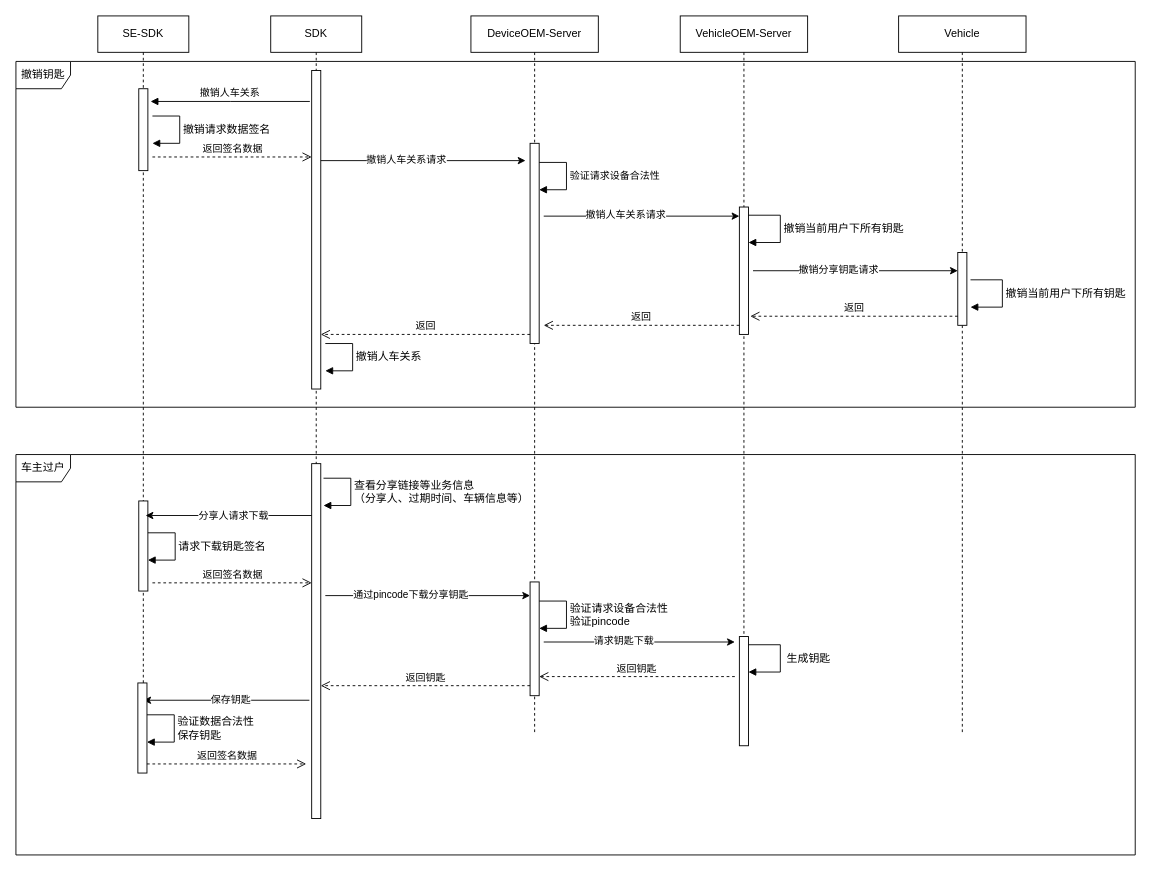
Before: 撤销钥匙.drawio in jianguocong/chart, a draw.io diagram. Source tidied: cells renumbered, new cells numbered last; positions are measured from the earlier drawing's top-left corner, leaving out a move shared by most shapes. Both pictures are drawn from the tidied source at 91%, with x=0, y=0 at pixel (15, 15).
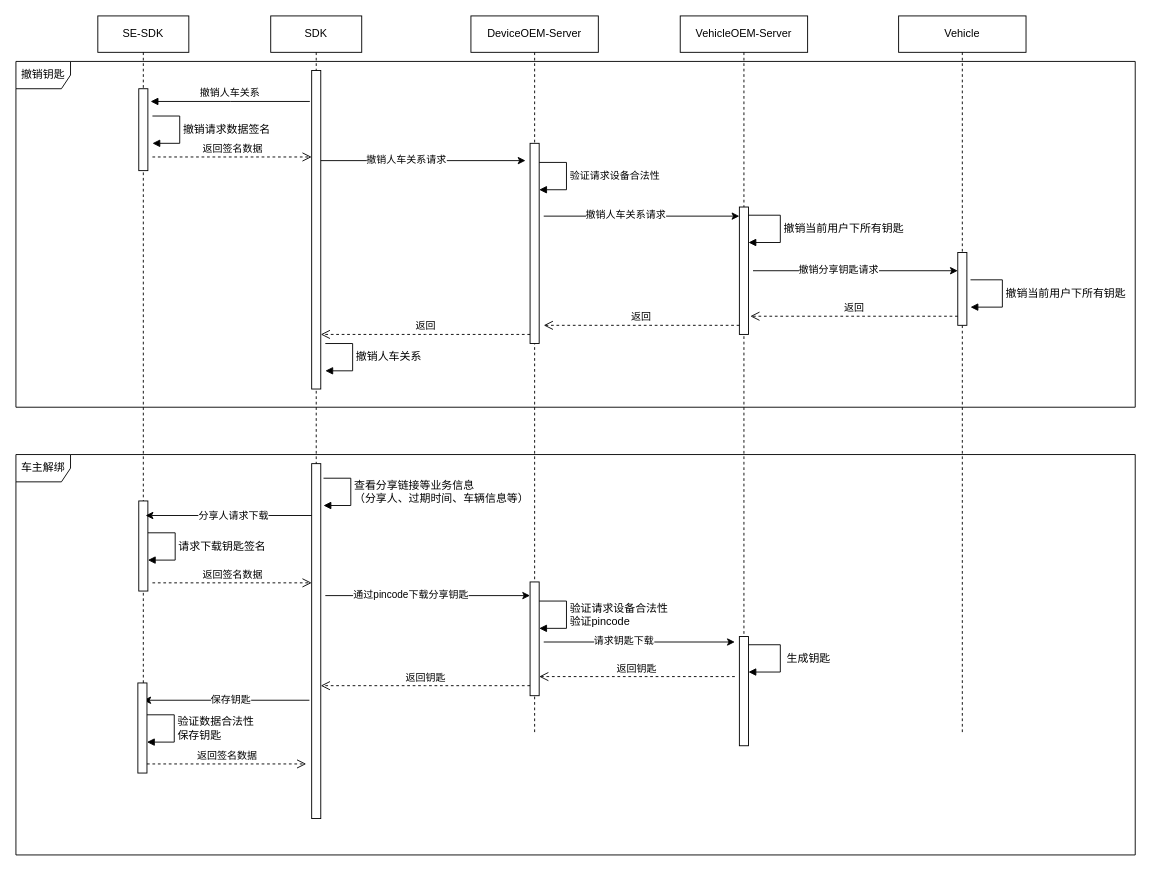
Above is the later version.

Commit message (it also covers changes not shown here):
更新撤销钥匙.drawio

Change to the diagram source:
```diff
@@
-    <mxCell id="37" value="车主过户" style="shape=umlFrame;whiteSpace=wrap;html=1;sketch=0;strokeColor=default;align=center;verticalAlign=middle;fontFamily=Helvetica;fontSize=12;fontColor=default;fillColor=default;" parent="1" vertex="1">
+    <mxCell id="37" value="车主解绑" style="shape=umlFrame;whiteSpace=wrap;html=1;sketch=0;strokeColor=default;align=center;verticalAlign=middle;fontFamily=Helvetica;fontSize=12;fontColor=default;fillColor=default;" parent="1" vertex="1">
       <mxGeometry y="482" width="1230" height="440" as="geometry" />
     </mxCell>
```
